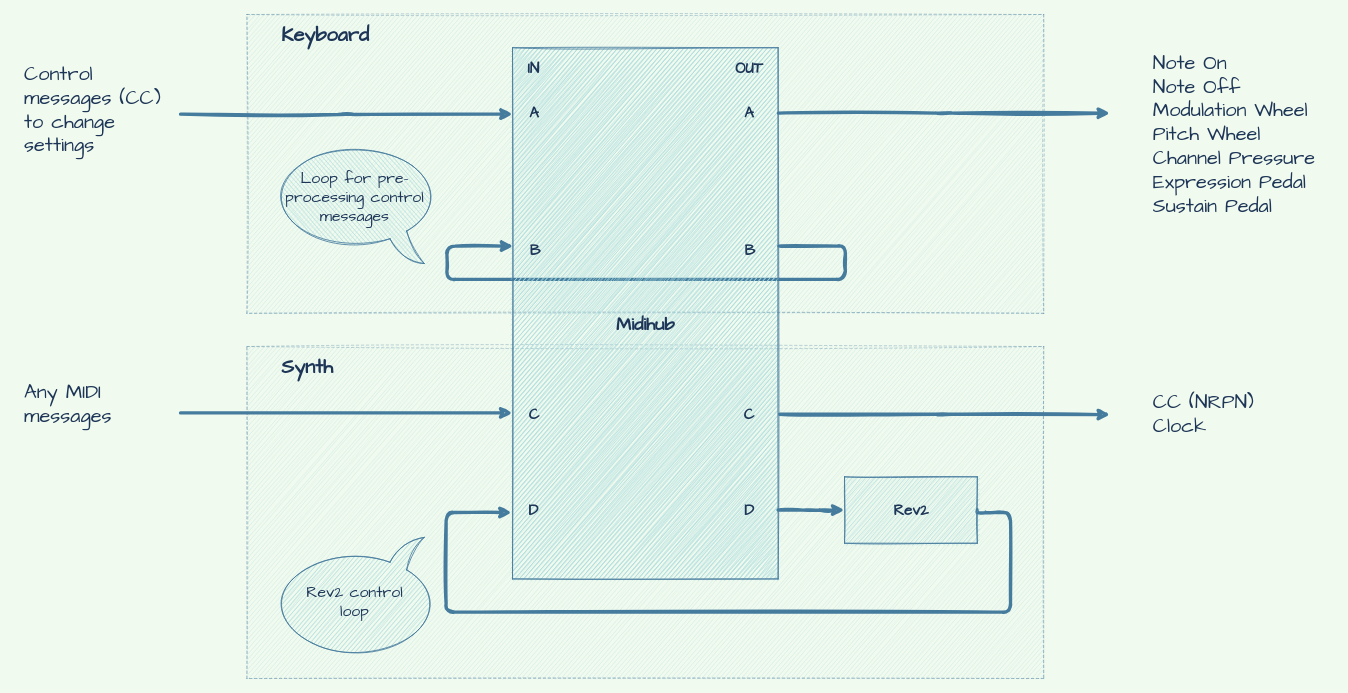
This is diagram.drawio from psrpinto/rev2-master-keyboard, a draw.io file, before an edit. Source tidied: cells renumbered, new cells numbered last; positions are measured from the earlier drawing's top-left corner, leaving out a move shared by most shapes. Both pictures are drawn from the tidied source at 83%, with x=0, y=0 at pixel (14, 14).
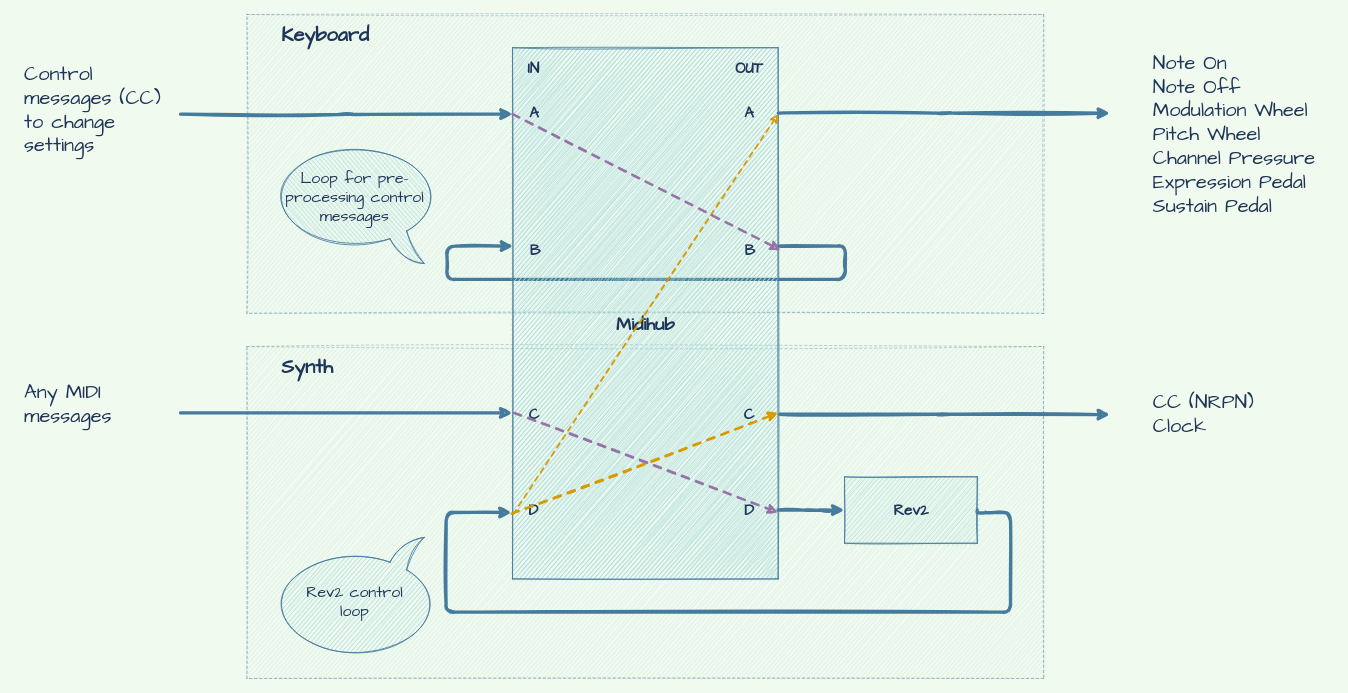
The same page after the edit.

Commit message (it also covers changes not shown here):
Add internal connections to diagram

The change refers to these unchanged cells:
```xml
<mxCell id="2" style="group;fontColor=#1D3557;" parent="1" vertex="1">
  <mxGeometry width="1590" height="800" as="geometry" />
</mxCell>
<mxCell id="6" value="Midihub" style="rounded=0;html=1;fontSize=22;fontFamily=Comic Sans MS;fontStyle=1;strokeColor=#457B9D;fontColor=#1D3557;shadow=0;fillStyle=zigzag;fillColor=#A8DADC;sketch=1;spacingTop=29;" parent="2" vertex="1">
  <mxGeometry x="600" y="40" width="320" height="640" as="geometry" />
</mxCell>
```

The edit, as a diff of the source:
```diff
@@
+    <mxCell id="32" style="endArrow=classic;html=1;fontFamily=Comic Sans MS;fontSize=18;fontColor=#1D3557;strokeColor=#9673a6;strokeWidth=3;labelBackgroundColor=#F1FAEE;sketch=1;dashed=1;fillColor=#e1d5e7;" parent="2" edge="1">
+      <mxGeometry relative="1" as="geometry">
+        <mxPoint x="602" y="480" as="sourcePoint" />
+        <mxPoint x="920" y="600" as="targetPoint" />
+      </mxGeometry>
+    </mxCell>
+    <mxCell id="33" style="endArrow=classic;html=1;fontFamily=Comic Sans MS;fontSize=18;fontColor=#1D3557;strokeColor=#d79b00;strokeWidth=3;labelBackgroundColor=#F1FAEE;sketch=1;dashed=1;fillColor=#ffe6cc;exitX=-0.003;exitY=0.877;exitDx=0;exitDy=0;exitPerimeter=0;" parent="1" edge="1" source="6">
+      <mxGeometry relative="1" as="geometry">
+        <mxPoint x="920" y="480" as="targetPoint" />
+      </mxGeometry>
+    </mxCell>
+    <mxCell id="34" style="endArrow=classic;html=1;fontFamily=Comic Sans MS;fontSize=18;fontColor=#1D3557;strokeColor=#d79b00;strokeWidth=2;labelBackgroundColor=#F1FAEE;sketch=1;dashed=1;fillColor=#ffe6cc;exitX=0.003;exitY=0.878;exitDx=0;exitDy=0;exitPerimeter=0;" parent="1" edge="1" source="6">
+      <mxGeometry relative="1" as="geometry">
+        <mxPoint x="920" y="120" as="targetPoint" />
+      </mxGeometry>
+    </mxCell>
+    <mxCell id="35" style="endArrow=classic;html=1;fontFamily=Comic Sans MS;fontSize=18;fontColor=#1D3557;strokeColor=#9673a6;strokeWidth=3;labelBackgroundColor=#F1FAEE;sketch=1;dashed=1;fillColor=#e1d5e7;entryX=1.01;entryY=0.381;entryDx=0;entryDy=0;entryPerimeter=0;" parent="1" edge="1" target="6">
+      <mxGeometry relative="1" as="geometry">
+        <mxPoint x="600" y="120" as="sourcePoint" />
+      </mxGeometry>
+    </mxCell>
```
